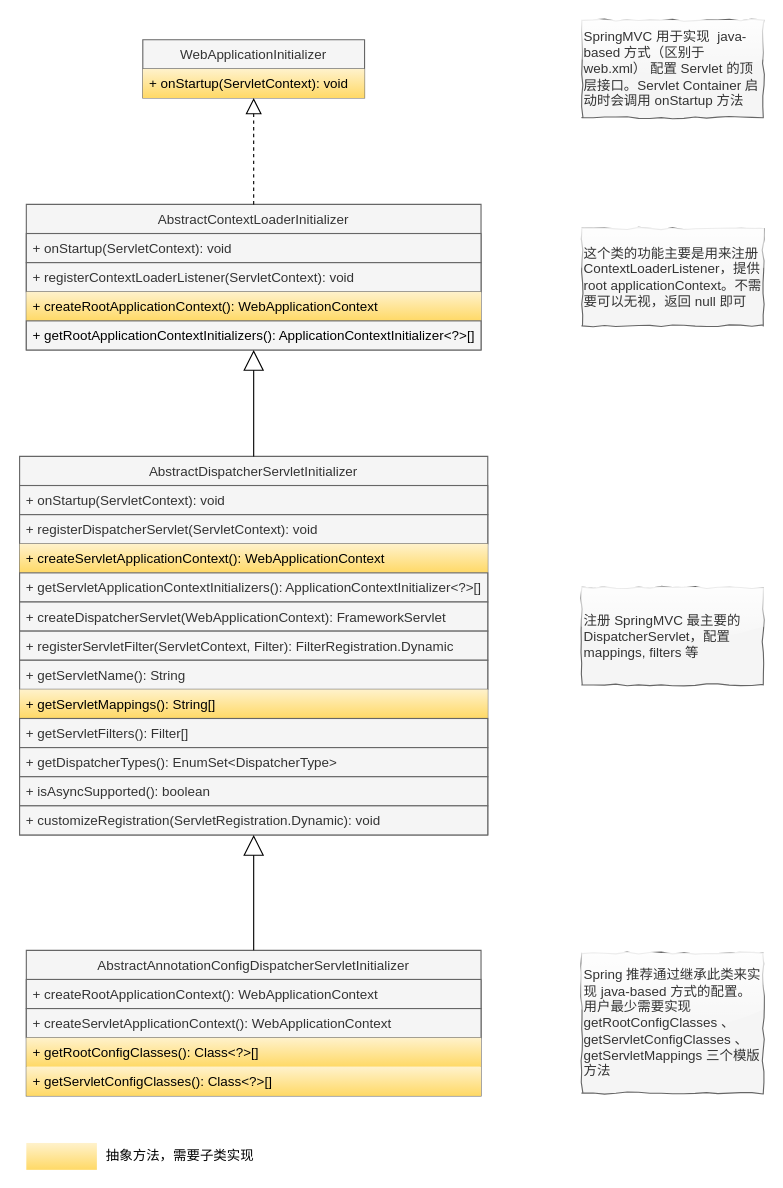
This is drawio/spring/mvc/web-application-initializer.drawio from lbzhello/blog, a draw.io file, before an edit. Source tidied: cells renumbered, new cells numbered last; positions are measured from the earlier drawing's top-left corner, leaving out a move shared by most shapes. Both pictures are drawn from the tidied source at 112%, with x=0, y=0 at pixel (19, 19).
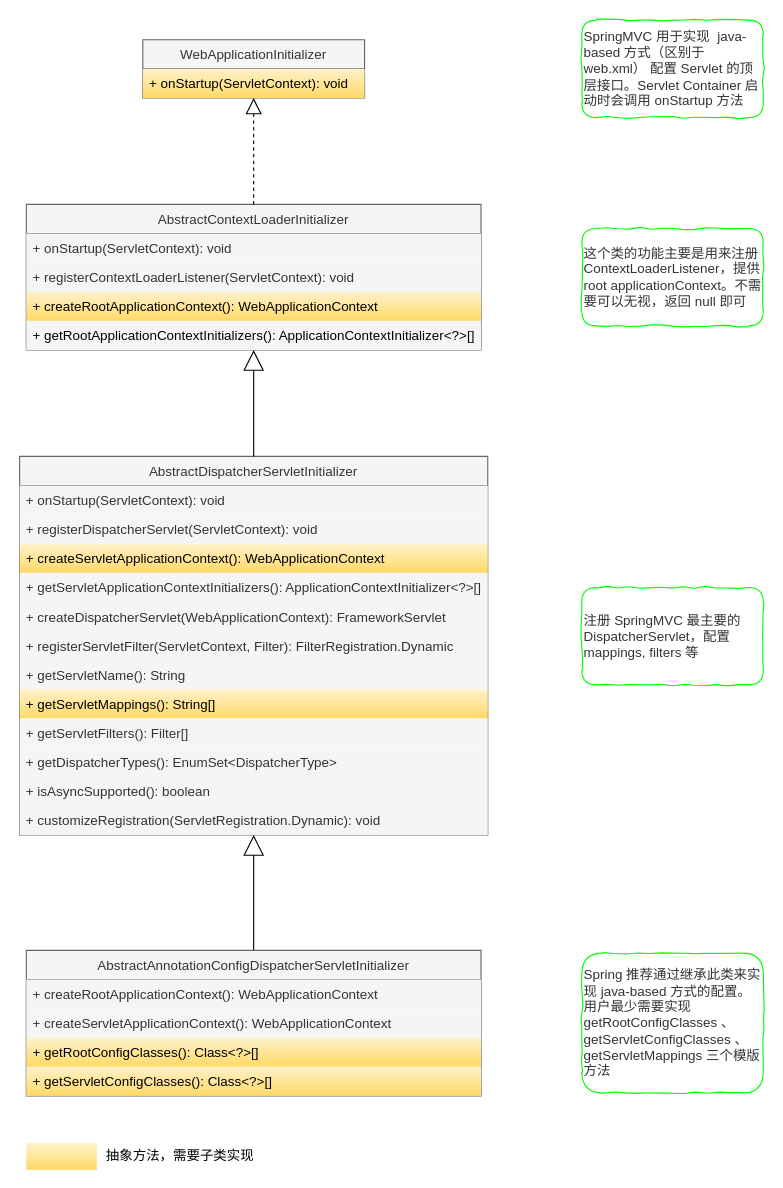
After the change.

The change refers to these unchanged cells:
```xml
<mxCell id="4" value="AbstractContextLoaderInitializer" style="swimlane;fontStyle=0;horizontal=1;startSize=26;fillColor=#f5f5f5;strokeColor=#666666;fontColor=#333333;" parent="1" vertex="1">
  <mxGeometry x="6" y="165" width="406" height="130" as="geometry" />
</mxCell>
<mxCell id="9" value="AbstractDispatcherServletInitializer" style="swimlane;fontStyle=0;horizontal=1;startSize=26;fillColor=#f5f5f5;strokeColor=#666666;fontColor=#333333;" parent="1" vertex="1">
  <mxGeometry y="390" width="418" height="338" as="geometry" />
</mxCell>
<mxCell id="23" value="AbstractAnnotationConfigDispatcherServletInitializer" style="swimlane;fontStyle=0;horizontal=1;startSize=26;fillColor=#f5f5f5;strokeColor=#666666;fontColor=#333333;" parent="1" vertex="1">
  <mxGeometry x="6" y="831" width="406" height="130" as="geometry" />
</mxCell>
```

What changed in the source:
```diff
@@
-    <mxCell id="5" value="+ onStartup(ServletContext): void" style="text;strokeColor=#666666;fillColor=#f5f5f5;align=left;verticalAlign=top;spacingLeft=4;spacingRight=4;overflow=hidden;fontColor=#333333;" parent="4" vertex="1">
+    <mxCell id="5" value="+ onStartup(ServletContext): void" style="text;strokeColor=none;fillColor=#f5f5f5;align=left;verticalAlign=top;spacingLeft=4;spacingRight=4;overflow=hidden;fontColor=#333333;" parent="4" vertex="1">
       <mxGeometry y="26" width="406" height="26" as="geometry" />
     </mxCell>
-    <mxCell id="6" value="+ registerContextLoaderListener(ServletContext): void" style="text;strokeColor=#666666;fillColor=#f5f5f5;align=left;verticalAlign=top;spacingLeft=4;spacingRight=4;overflow=hidden;fontColor=#333333;" parent="4" vertex="1">
+    <mxCell id="6" value="+ registerContextLoaderListener(ServletContext): void" style="text;strokeColor=none;fillColor=#f5f5f5;align=left;verticalAlign=top;spacingLeft=4;spacingRight=4;overflow=hidden;fontColor=#333333;" parent="4" vertex="1">
       <mxGeometry y="52" width="406" height="26" as="geometry" />
     </mxCell>
@@
-    <mxCell id="8" value="+ getRootApplicationContextInitializers(): ApplicationContextInitializer&lt;?&gt;[]" style="text;fillColor=#f5f5f5;align=left;verticalAlign=top;spacingLeft=4;spacingRight=4;overflow=hidden;gradientColor=none;strokeColor=#666666;" parent="4" vertex="1">
+    <mxCell id="8" value="+ getRootApplicationContextInitializers(): ApplicationContextInitializer&lt;?&gt;[]" style="text;fillColor=#f5f5f5;align=left;verticalAlign=top;spacingLeft=4;spacingRight=4;overflow=hidden;gradientColor=none;strokeColor=none;" parent="4" vertex="1">
       <mxGeometry y="104" width="406" height="26" as="geometry" />
     </mxCell>
@@
-    <mxCell id="10" value="+ onStartup(ServletContext): void" style="text;strokeColor=#666666;fillColor=#f5f5f5;align=left;verticalAlign=top;spacingLeft=4;spacingRight=4;overflow=hidden;fontColor=#333333;" parent="9" vertex="1">
+    <mxCell id="10" value="+ onStartup(ServletContext): void" style="text;strokeColor=none;fillColor=#f5f5f5;align=left;verticalAlign=top;spacingLeft=4;spacingRight=4;overflow=hidden;fontColor=#333333;" parent="9" vertex="1">
       <mxGeometry y="26" width="418" height="26" as="geometry" />
     </mxCell>
-    <mxCell id="11" value="+ registerDispatcherServlet(ServletContext): void" style="text;strokeColor=#666666;fillColor=#f5f5f5;align=left;verticalAlign=top;spacingLeft=4;spacingRight=4;overflow=hidden;fontColor=#333333;" parent="9" vertex="1">
+    <mxCell id="11" value="+ registerDispatcherServlet(ServletContext): void" style="text;strokeColor=none;fillColor=#f5f5f5;align=left;verticalAlign=top;spacingLeft=4;spacingRight=4;overflow=hidden;fontColor=#333333;" parent="9" vertex="1">
       <mxGeometry y="52" width="418" height="26" as="geometry" />
     </mxCell>
@@
-    <mxCell id="13" value="+ getServletApplicationContextInitializers(): ApplicationContextInitializer&lt;?&gt;[]" style="text;strokeColor=#666666;fillColor=#f5f5f5;align=left;verticalAlign=top;spacingLeft=4;spacingRight=4;overflow=hidden;fontColor=#333333;" parent="9" vertex="1">
+    <mxCell id="13" value="+ getServletApplicationContextInitializers(): ApplicationContextInitializer&lt;?&gt;[]" style="text;strokeColor=none;fillColor=#f5f5f5;align=left;verticalAlign=top;spacingLeft=4;spacingRight=4;overflow=hidden;fontColor=#333333;" parent="9" vertex="1">
       <mxGeometry y="104" width="418" height="26" as="geometry" />
     </mxCell>
-    <mxCell id="14" value="+ createDispatcherServlet(WebApplicationContext): FrameworkServlet" style="text;strokeColor=#666666;fillColor=#f5f5f5;align=left;verticalAlign=top;spacingLeft=4;spacingRight=4;overflow=hidden;fontColor=#333333;" parent="9" vertex="1">
+    <mxCell id="14" value="+ createDispatcherServlet(WebApplicationContext): FrameworkServlet" style="text;strokeColor=none;fillColor=#f5f5f5;align=left;verticalAlign=top;spacingLeft=4;spacingRight=4;overflow=hidden;fontColor=#333333;" parent="9" vertex="1">
       <mxGeometry y="130" width="418" height="26" as="geometry" />
     </mxCell>
-    <mxCell id="15" value="+ registerServletFilter(ServletContext, Filter): FilterRegistration.Dynamic" style="text;strokeColor=#666666;fillColor=#f5f5f5;align=left;verticalAlign=top;spacingLeft=4;spacingRight=4;overflow=hidden;fontColor=#333333;" parent="9" vertex="1">
+    <mxCell id="15" value="+ registerServletFilter(ServletContext, Filter): FilterRegistration.Dynamic" style="text;strokeColor=none;fillColor=#f5f5f5;align=left;verticalAlign=top;spacingLeft=4;spacingRight=4;overflow=hidden;fontColor=#333333;" parent="9" vertex="1">
       <mxGeometry y="156" width="418" height="26" as="geometry" />
     </mxCell>
-    <mxCell id="16" value="+ getServletName(): String" style="text;strokeColor=#666666;fillColor=#f5f5f5;align=left;verticalAlign=top;spacingLeft=4;spacingRight=4;overflow=hidden;fontColor=#333333;" parent="9" vertex="1">
+    <mxCell id="16" value="+ getServletName(): String" style="text;strokeColor=none;fillColor=#f5f5f5;align=left;verticalAlign=top;spacingLeft=4;spacingRight=4;overflow=hidden;fontColor=#333333;" parent="9" vertex="1">
       <mxGeometry y="182" width="418" height="26" as="geometry" />
     </mxCell>
@@
-    <mxCell id="18" value="+ getServletFilters(): Filter[]" style="text;strokeColor=#666666;fillColor=#f5f5f5;align=left;verticalAlign=top;spacingLeft=4;spacingRight=4;overflow=hidden;fontColor=#333333;" parent="9" vertex="1">
+    <mxCell id="18" value="+ getServletFilters(): Filter[]" style="text;strokeColor=none;fillColor=#f5f5f5;align=left;verticalAlign=top;spacingLeft=4;spacingRight=4;overflow=hidden;fontColor=#333333;" parent="9" vertex="1">
       <mxGeometry y="234" width="418" height="26" as="geometry" />
     </mxCell>
-    <mxCell id="19" value="+ getDispatcherTypes(): EnumSet&lt;DispatcherType&gt;" style="text;strokeColor=#666666;fillColor=#f5f5f5;align=left;verticalAlign=top;spacingLeft=4;spacingRight=4;overflow=hidden;fontColor=#333333;" parent="9" vertex="1">
+    <mxCell id="19" value="+ getDispatcherTypes(): EnumSet&lt;DispatcherType&gt;" style="text;strokeColor=none;fillColor=#f5f5f5;align=left;verticalAlign=top;spacingLeft=4;spacingRight=4;overflow=hidden;fontColor=#333333;" parent="9" vertex="1">
       <mxGeometry y="260" width="418" height="26" as="geometry" />
     </mxCell>
-    <mxCell id="20" value="+ isAsyncSupported(): boolean" style="text;strokeColor=#666666;fillColor=#f5f5f5;align=left;verticalAlign=top;spacingLeft=4;spacingRight=4;overflow=hidden;fontColor=#333333;" parent="9" vertex="1">
+    <mxCell id="20" value="+ isAsyncSupported(): boolean" style="text;strokeColor=none;fillColor=#f5f5f5;align=left;verticalAlign=top;spacingLeft=4;spacingRight=4;overflow=hidden;fontColor=#333333;" parent="9" vertex="1">
       <mxGeometry y="286" width="418" height="26" as="geometry" />
     </mxCell>
-    <mxCell id="21" value="+ customizeRegistration(ServletRegistration.Dynamic): void" style="text;strokeColor=#666666;fillColor=#f5f5f5;align=left;verticalAlign=top;spacingLeft=4;spacingRight=4;overflow=hidden;fontColor=#333333;" parent="9" vertex="1">
+    <mxCell id="21" value="+ customizeRegistration(ServletRegistration.Dynamic): void" style="text;strokeColor=none;fillColor=#f5f5f5;align=left;verticalAlign=top;spacingLeft=4;spacingRight=4;overflow=hidden;fontColor=#333333;" parent="9" vertex="1">
       <mxGeometry y="312" width="418" height="26" as="geometry" />
     </mxCell>
@@
-    <mxCell id="24" value="+ createRootApplicationContext(): WebApplicationContext" style="text;strokeColor=#666666;fillColor=#f5f5f5;align=left;verticalAlign=top;spacingLeft=4;spacingRight=4;overflow=hidden;fontColor=#333333;" parent="23" vertex="1">
+    <mxCell id="24" value="+ createRootApplicationContext(): WebApplicationContext" style="text;strokeColor=none;fillColor=#f5f5f5;align=left;verticalAlign=top;spacingLeft=4;spacingRight=4;overflow=hidden;fontColor=#333333;" parent="23" vertex="1">
       <mxGeometry y="26" width="406" height="26" as="geometry" />
     </mxCell>
-    <mxCell id="25" value="+ createServletApplicationContext(): WebApplicationContext" style="text;strokeColor=#666666;fillColor=#f5f5f5;align=left;verticalAlign=top;spacingLeft=4;spacingRight=4;overflow=hidden;fontColor=#333333;" parent="23" vertex="1">
+    <mxCell id="25" value="+ createServletApplicationContext(): WebApplicationContext" style="text;strokeColor=none;fillColor=#f5f5f5;align=left;verticalAlign=top;spacingLeft=4;spacingRight=4;overflow=hidden;fontColor=#333333;" parent="23" vertex="1">
       <mxGeometry y="52" width="406" height="26" as="geometry" />
     </mxCell>
@@
-    <mxCell id="30" value="SpringMVC 用于实现&amp;nbsp; java-based 方式（区别于 web.xml）&amp;nbsp;配置 Servlet 的顶层接口。Servlet Container 启动时会调用 onStartup 方法" style="text;html=1;strokeColor=#666666;fillColor=#f5f5f5;align=left;verticalAlign=middle;whiteSpace=wrap;rounded=0;comic=1;glass=1;fontColor=#333333;" parent="1" vertex="1">
+    <mxCell id="30" value="SpringMVC 用于实现&amp;nbsp; java-based 方式（区别于 web.xml）&amp;nbsp;配置 Servlet 的顶层接口。Servlet Container 启动时会调用 onStartup 方法" style="text;html=1;strokeColor=#00FF00;fillColor=none;align=left;verticalAlign=middle;whiteSpace=wrap;rounded=1;comic=1;glass=1;fontColor=#333333;" parent="1" vertex="1">
       <mxGeometry x="502" y="0.5" width="162" height="87" as="geometry" />
     </mxCell>
-    <mxCell id="31" value="这个类的功能主要是用来注册 ContextLoaderListener，提供 root applicationContext。不需要可以无视，返回 null 即可" style="text;html=1;strokeColor=#666666;fillColor=#f5f5f5;align=left;verticalAlign=middle;whiteSpace=wrap;rounded=0;comic=1;glass=1;fontColor=#333333;" parent="1" vertex="1">
+    <mxCell id="31" value="这个类的功能主要是用来注册 ContextLoaderListener，提供 root applicationContext。不需要可以无视，返回 null 即可" style="text;html=1;strokeColor=#00FF00;fillColor=none;align=left;verticalAlign=middle;whiteSpace=wrap;rounded=1;comic=1;glass=1;fontColor=#333333;" parent="1" vertex="1">
       <mxGeometry x="502" y="186.5" width="162" height="87" as="geometry" />
     </mxCell>
-    <mxCell id="32" value="注册 SpringMVC 最主要的 DispatcherServlet，配置 mappings, filters 等" style="text;html=1;strokeColor=#666666;fillColor=#f5f5f5;align=left;verticalAlign=middle;whiteSpace=wrap;rounded=0;comic=1;glass=1;fontColor=#333333;" parent="1" vertex="1">
+    <mxCell id="32" value="注册 SpringMVC 最主要的 DispatcherServlet，配置 mappings, filters 等" style="text;html=1;strokeColor=#00FF00;fillColor=none;align=left;verticalAlign=middle;whiteSpace=wrap;rounded=1;comic=1;glass=1;fontColor=#333333;" parent="1" vertex="1">
       <mxGeometry x="502" y="507" width="162" height="87" as="geometry" />
     </mxCell>
-    <mxCell id="33" value="Spring 推荐通过继承此类来实现 java-based 方式的配置。用户最少需要实现 getRootConfigClasses 、 getServletConfigClasses 、 getServletMappings 三个模版方法" style="text;html=1;strokeColor=#666666;fillColor=#f5f5f5;align=left;verticalAlign=middle;whiteSpace=wrap;rounded=0;comic=1;glass=1;fontColor=#333333;" parent="1" vertex="1">
+    <mxCell id="33" value="Spring 推荐通过继承此类来实现 java-based 方式的配置。用户最少需要实现 getRootConfigClasses 、 getServletConfigClasses 、 getServletMappings 三个模版方法" style="text;html=1;strokeColor=#00FF00;fillColor=none;align=left;verticalAlign=middle;whiteSpace=wrap;rounded=1;comic=1;glass=1;fontColor=#333333;" parent="1" vertex="1">
       <mxGeometry x="502" y="833.5" width="162" height="125" as="geometry" />
     </mxCell>
```
